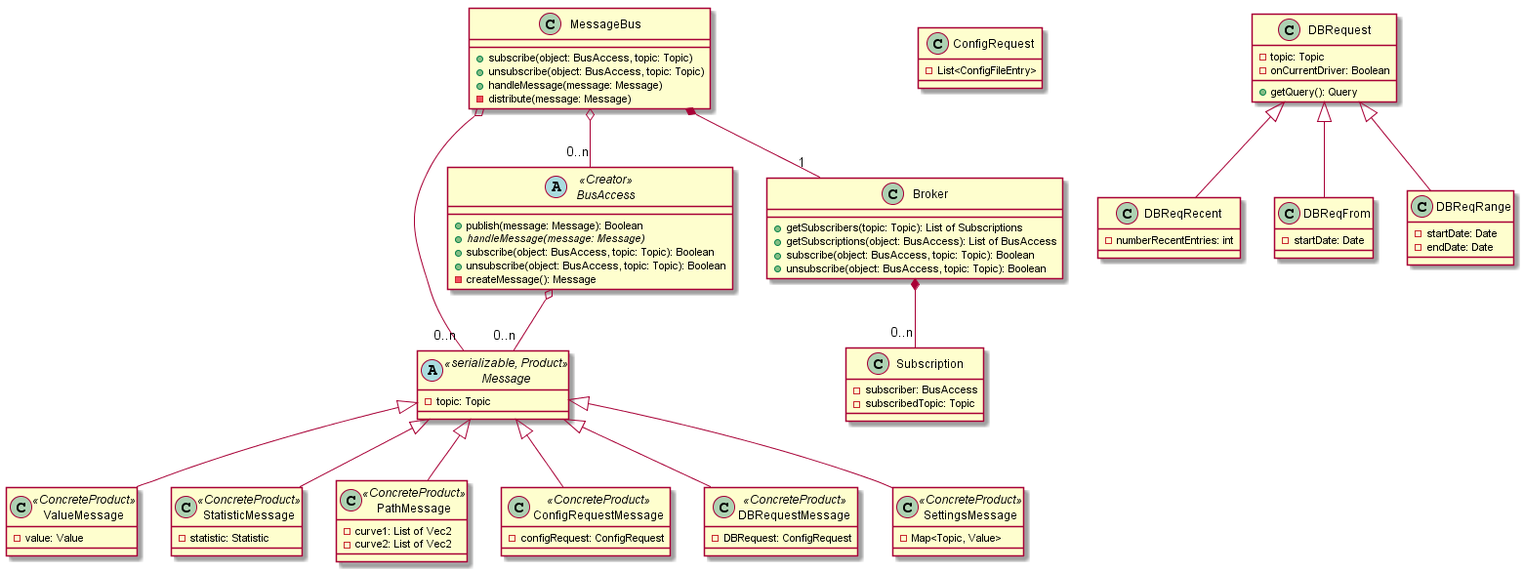
Above: Entwurf/diagrams/Bus.png in uzdry/PSE (PlantUML), before the change.
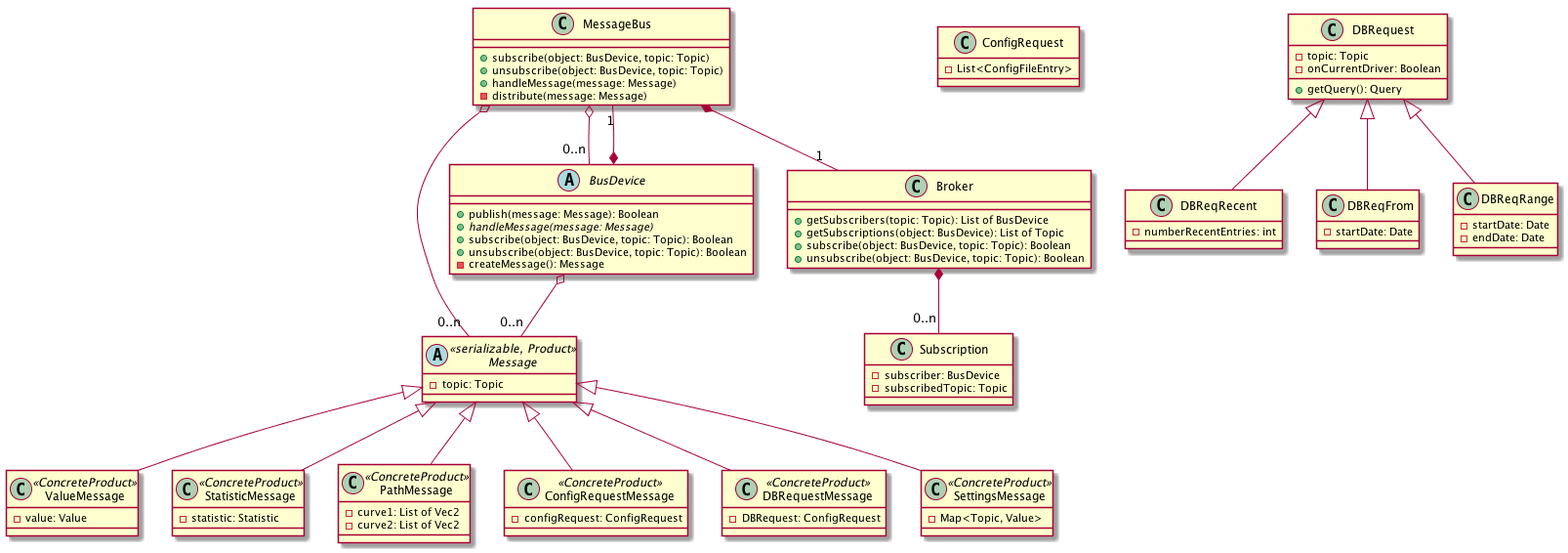
After the change.

Diff of the diagram source:
```diff
@@ -52,37 +52,38 @@
 	-endDate: Date
 }
 
-abstract class BusAccess << Creator >> {
+abstract class BusDevice {
 	+publish(message: Message): Boolean
 	+{abstract}handleMessage(message: Message)
-	+subscribe(object: BusAccess, topic: Topic): Boolean
-	+unsubscribe(object: BusAccess, topic: Topic): Boolean
+	+subscribe(object: BusDevice, topic: Topic): Boolean
+	+unsubscribe(object: BusDevice, topic: Topic): Boolean
 	-createMessage(): Message
 }
 
 class Broker {
-	+getSubscribers(topic: Topic): List of Subscriptions
-	+getSubscriptions(object: BusAccess): List of BusAccess
-	+subscribe(object: BusAccess, topic: Topic): Boolean
-	+unsubscribe(object: BusAccess, topic: Topic): Boolean
+	+getSubscribers(topic: Topic): List of BusDevice
+	+getSubscriptions(object: BusDevice): List of Topic
+	+subscribe(object: BusDevice, topic: Topic): Boolean
+	+unsubscribe(object: BusDevice, topic: Topic): Boolean
 }
 
 class Subscription {
-	-subscriber: BusAccess
+	-subscriber: BusDevice
 	-subscribedTopic: Topic
 }
 
 class MessageBus {
-	+subscribe(object: BusAccess, topic: Topic)
-	+unsubscribe(object: BusAccess, topic: Topic)
+	+subscribe(object: BusDevice, topic: Topic)
+	+unsubscribe(object: BusDevice, topic: Topic)
 	+handleMessage(message: Message)
 	-distribute(message: Message)
 }
 
 MessageBus *--"1" Broker
 MessageBus o--"0..n" Message
-MessageBus o--"0..n" BusAccess
+MessageBus o--"0..n" BusDevice
+MessageBus "1"--* BusDevice
 Broker *--"0..n" Subscription
-BusAccess o--"0..n" Message
+BusDevice o--"0..n" Message
 
 @enduml
```
